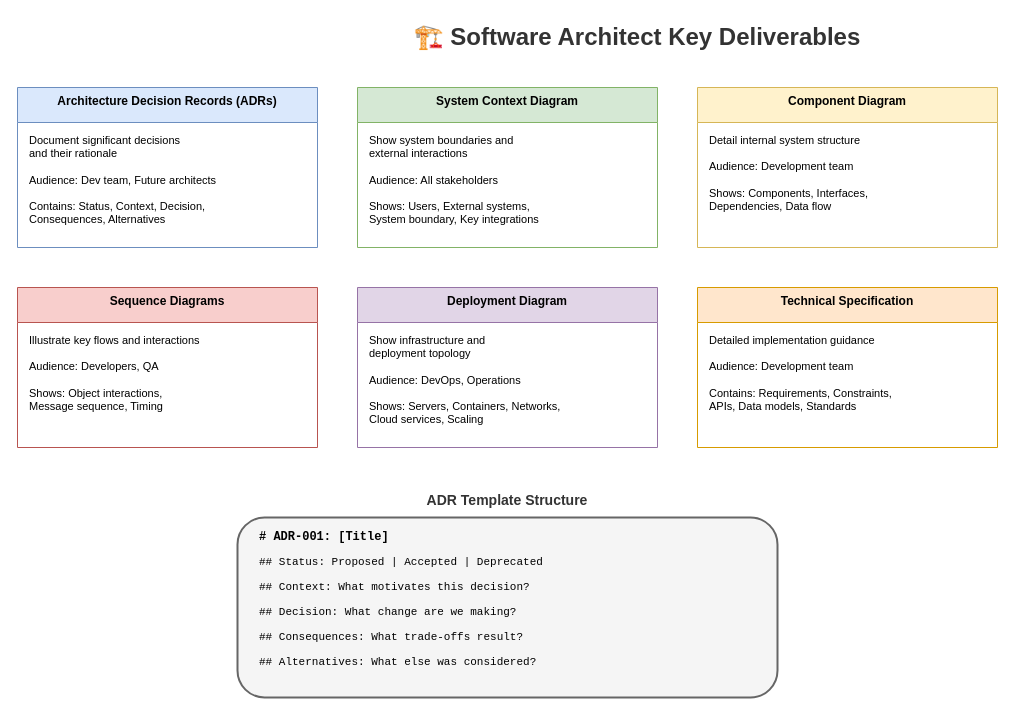
The draw.io diagram lesson-00-software-architect-overview/diagrams/1.3-key-deliverables.drawio in MrParkerZ7/document-lesson-software-architect-x-claude, before the edit. Source tidied: cells renumbered, new cells numbered last; positions are measured from the earlier drawing's top-left corner, leaving out a move shared by most shapes. Both pictures are drawn from the tidied source at 100%, with x=0, y=0 at pixel (17, 17).
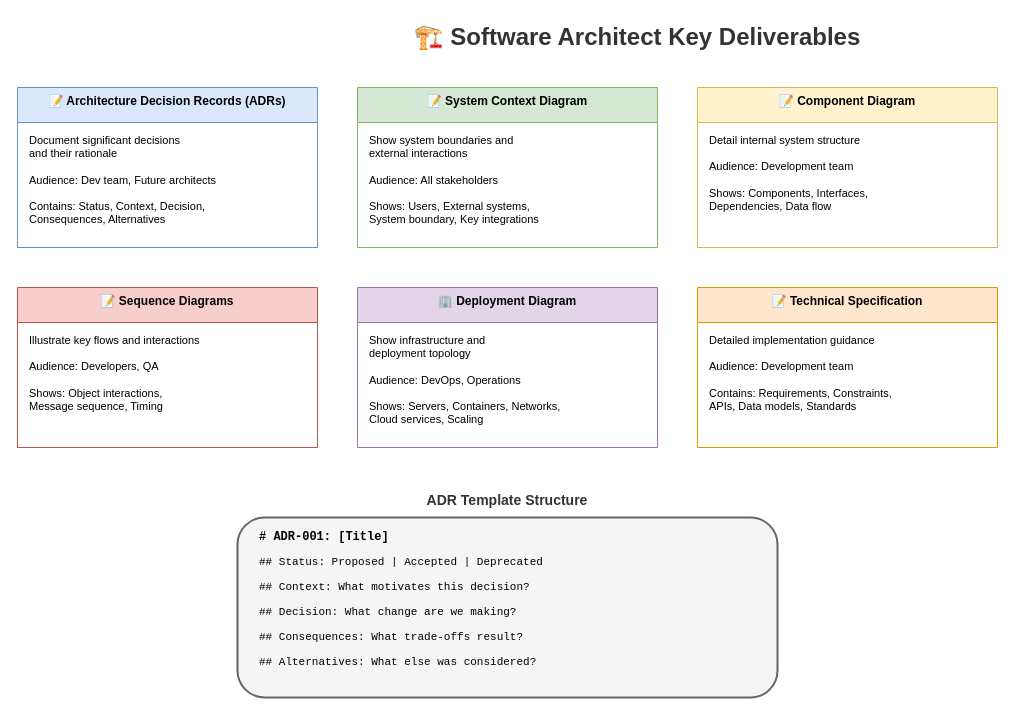
The same page after the edit.

The edit, as a diff of the source:
```diff
@@
-    <mxCell id="3" value="Architecture Decision Records (ADRs)" style="swimlane;fontStyle=1;align=center;verticalAlign=top;horizontal=1;startSize=35;fillColor=#dae8fc;strokeColor=#6c8ebf;fontSize=12;" parent="1" vertex="1">
+    <mxCell id="3" value="📝 Architecture Decision Records (ADRs)" style="swimlane;fontStyle=1;align=center;verticalAlign=top;horizontal=1;startSize=35;fillColor=#dae8fc;strokeColor=#6c8ebf;fontSize=12;" parent="1" vertex="1">
       <mxGeometry y="70" width="300" height="160" as="geometry" />
     </mxCell>
@@
-    <mxCell id="5" value="System Context Diagram" style="swimlane;fontStyle=1;align=center;verticalAlign=top;horizontal=1;startSize=35;fillColor=#d5e8d4;strokeColor=#82b366;fontSize=12;" parent="1" vertex="1">
+    <mxCell id="5" value="📝 System Context Diagram" style="swimlane;fontStyle=1;align=center;verticalAlign=top;horizontal=1;startSize=35;fillColor=#d5e8d4;strokeColor=#82b366;fontSize=12;" parent="1" vertex="1">
       <mxGeometry x="340" y="70" width="300" height="160" as="geometry" />
     </mxCell>
@@
-    <mxCell id="7" value="Component Diagram" style="swimlane;fontStyle=1;align=center;verticalAlign=top;horizontal=1;startSize=35;fillColor=#fff2cc;strokeColor=#d6b656;fontSize=12;" parent="1" vertex="1">
+    <mxCell id="7" value="📝 Component Diagram" style="swimlane;fontStyle=1;align=center;verticalAlign=top;horizontal=1;startSize=35;fillColor=#fff2cc;strokeColor=#d6b656;fontSize=12;" parent="1" vertex="1">
       <mxGeometry x="680" y="70" width="300" height="160" as="geometry" />
     </mxCell>
@@
-    <mxCell id="9" value="Sequence Diagrams" style="swimlane;fontStyle=1;align=center;verticalAlign=top;horizontal=1;startSize=35;fillColor=#f8cecc;strokeColor=#b85450;fontSize=12;" parent="1" vertex="1">
+    <mxCell id="9" value="📝 Sequence Diagrams" style="swimlane;fontStyle=1;align=center;verticalAlign=top;horizontal=1;startSize=35;fillColor=#f8cecc;strokeColor=#b85450;fontSize=12;" parent="1" vertex="1">
       <mxGeometry y="270" width="300" height="160" as="geometry" />
     </mxCell>
@@
-    <mxCell id="11" value="Deployment Diagram" style="swimlane;fontStyle=1;align=center;verticalAlign=top;horizontal=1;startSize=35;fillColor=#e1d5e7;strokeColor=#9673a6;fontSize=12;" parent="1" vertex="1">
+    <mxCell id="11" value="🏢 Deployment Diagram" style="swimlane;fontStyle=1;align=center;verticalAlign=top;horizontal=1;startSize=35;fillColor=#e1d5e7;strokeColor=#9673a6;fontSize=12;" parent="1" vertex="1">
       <mxGeometry x="340" y="270" width="300" height="160" as="geometry" />
     </mxCell>
@@
-    <mxCell id="13" value="Technical Specification" style="swimlane;fontStyle=1;align=center;verticalAlign=top;horizontal=1;startSize=35;fillColor=#ffe6cc;strokeColor=#d79b00;fontSize=12;" parent="1" vertex="1">
+    <mxCell id="13" value="📝 Technical Specification" style="swimlane;fontStyle=1;align=center;verticalAlign=top;horizontal=1;startSize=35;fillColor=#ffe6cc;strokeColor=#d79b00;fontSize=12;" parent="1" vertex="1">
       <mxGeometry x="680" y="270" width="300" height="160" as="geometry" />
     </mxCell>
```
